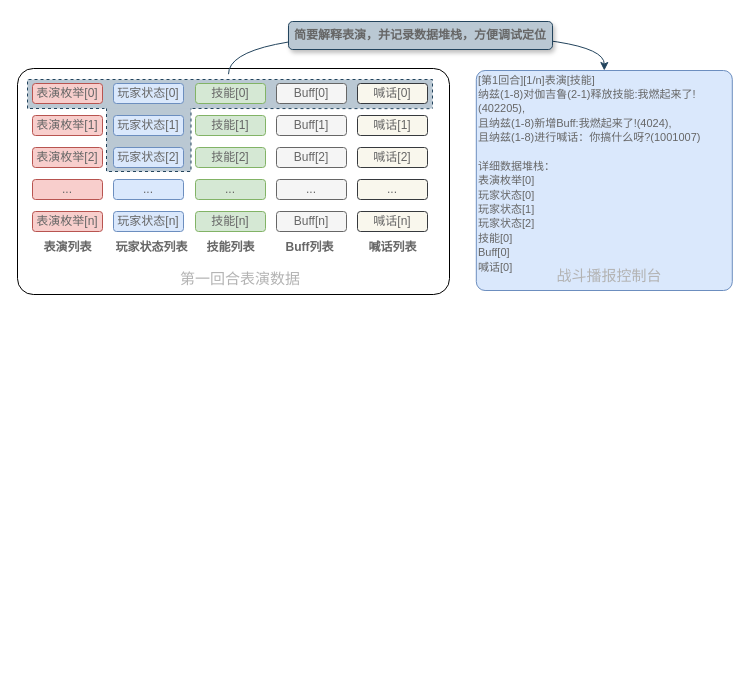
leoin2012/draw.io.files keeps this draw.io diagram as ppt战斗文字播报器介绍.drawio. Above is the earlier version. Source tidied: cells renumbered, new cells numbered last; positions are measured from the earlier drawing's top-left corner, leaving out a move shared by most shapes. Both pictures are drawn from the tidied source at 100%, with x=0, y=0 at pixel (17, 21).
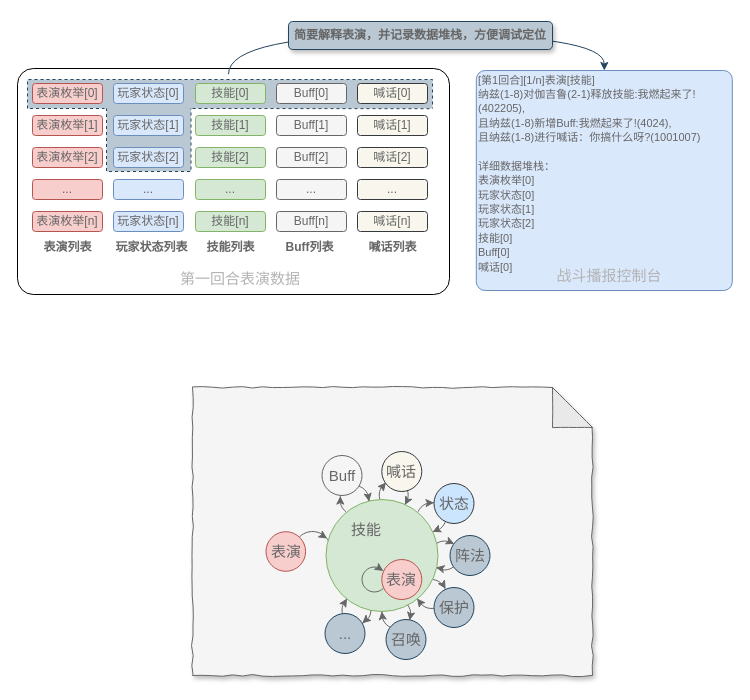
After the change.

Commit message:
更新ppt战斗文字播报器介绍.drawio

What changed in the source:
```diff
@@
+    <mxCell id="42" style="shape=note;whiteSpace=wrap;html=1;backgroundOutline=1;darkOpacity=0.05;shadow=1;comic=1;labelBackgroundColor=none;strokeColor=#666666;fillColor=#f5f5f5;fontSize=15;fontColor=#333333;align=center;size=40;" parent="1" vertex="1">
+      <mxGeometry x="175" y="366" width="400" height="288" as="geometry" />
+    </mxCell>
+    <mxCell id="43" style="group;" parent="1" vertex="1">
+      <mxGeometry x="248.5" y="430" width="224" height="208" as="geometry" />
+    </mxCell>
+    <mxCell id="44" style="endArrow=classic;html=1;strokeColor=#666666;fontSize=15;fontColor=#F8CECC;" parent="43" edge="1">
+      <mxGeometry relative="1" as="geometry">
+        <mxPoint x="55.1" y="83" as="sourcePoint" />
+        <mxPoint x="61.1" y="87" as="targetPoint" />
+      </mxGeometry>
+    </mxCell>
+    <mxCell id="45" style="verticalLabelPosition=bottom;verticalAlign=top;html=1;shape=mxgraph.basic.arc;startAngle=0.8050624015843478;endAngle=0.1784185343768369;shadow=0;comic=1;labelBackgroundColor=none;strokeColor=#666666;fillColor=none;fontSize=15;fontColor=#F8CECC;align=center;" parent="43" vertex="1">
+      <mxGeometry x="28" y="80" width="37" height="37" as="geometry" />
+    </mxCell>
+    <mxCell id="46" value="&lt;font color=&quot;#666666&quot;&gt;表演&lt;/font&gt;" style="ellipse;whiteSpace=wrap;html=1;shadow=0;comic=1;labelBackgroundColor=none;strokeColor=#b85450;fillColor=#f8cecc;fontSize=15;align=center;" parent="43" vertex="1">
+      <mxGeometry y="80.2" width="39.6" height="39.6" as="geometry" />
+    </mxCell>
+    <mxCell id="47" style="ellipse;whiteSpace=wrap;html=1;shadow=0;comic=1;labelBackgroundColor=none;strokeColor=#82b366;fillColor=#d5e8d4;fontSize=15;align=center;" parent="43" vertex="1">
+      <mxGeometry x="60" y="48" width="112" height="112" as="geometry" />
+    </mxCell>
+    <mxCell id="48" value="&lt;font color=&quot;#666666&quot;&gt;技能&lt;/font&gt;" style="text;html=1;strokeColor=none;fillColor=none;align=center;verticalAlign=middle;whiteSpace=wrap;rounded=0;shadow=0;comic=1;labelBackgroundColor=none;fontSize=15;fontColor=#F8CECC;" parent="43" vertex="1">
+      <mxGeometry x="80" y="68" width="40" height="20" as="geometry" />
+    </mxCell>
+    <mxCell id="49" style="verticalLabelPosition=bottom;verticalAlign=top;html=1;shape=mxgraph.basic.arc;startAngle=0.3757997668515475;endAngle=0.11883429013000585;shadow=0;comic=1;labelBackgroundColor=none;strokeColor=#666666;fillColor=none;fontSize=15;fontColor=#F8CECC;align=center;" parent="43" vertex="1">
+      <mxGeometry x="96" y="115.5" width="25" height="25" as="geometry" />
+    </mxCell>
+    <mxCell id="50" value="&lt;font color=&quot;#666666&quot;&gt;表演&lt;/font&gt;" style="ellipse;whiteSpace=wrap;html=1;shadow=0;comic=1;labelBackgroundColor=none;strokeColor=#b85450;fillColor=#f8cecc;fontSize=15;align=center;" parent="43" vertex="1">
+      <mxGeometry x="115.8" y="108" width="40" height="40" as="geometry" />
+    </mxCell>
+    <mxCell id="51" style="endArrow=classic;html=1;strokeColor=#666666;fontSize=15;fontColor=#F8CECC;endFill=1;" parent="43" edge="1">
+      <mxGeometry relative="1" as="geometry">
+        <mxPoint x="111.3" y="115.5" as="sourcePoint" />
+        <mxPoint x="117.2" y="119.5" as="targetPoint" />
+      </mxGeometry>
+    </mxCell>
+    <mxCell id="52" style="verticalLabelPosition=bottom;verticalAlign=top;html=1;shape=mxgraph.basic.arc;startAngle=0.9170111314119738;endAngle=0.5790698948407078;shadow=0;comic=1;labelBackgroundColor=none;strokeColor=#666666;fillColor=none;fontSize=15;fontColor=#F8CECC;align=center;" parent="43" vertex="1">
+      <mxGeometry x="164" y="89.5" width="29" height="29" as="geometry" />
+    </mxCell>
+    <mxCell id="53" value="&lt;font color=&quot;#666666&quot;&gt;阵法&lt;/font&gt;" style="ellipse;whiteSpace=wrap;html=1;shadow=0;comic=1;labelBackgroundColor=none;fontSize=15;align=center;fillColor=#bac8d3;strokeColor=#23445d;" parent="43" vertex="1">
+      <mxGeometry x="184" y="84" width="40" height="40" as="geometry" />
+    </mxCell>
+    <mxCell id="54" style="verticalLabelPosition=bottom;verticalAlign=top;html=1;shape=mxgraph.basic.arc;startAngle=0.02210423674143651;endAngle=0.686573182839118;shadow=0;comic=1;labelBackgroundColor=none;strokeColor=#666666;fillColor=none;fontSize=15;fontColor=#F8CECC;align=center;" parent="43" vertex="1">
+      <mxGeometry x="151" y="128" width="29" height="29" as="geometry" />
+    </mxCell>
+    <mxCell id="55" value="&lt;font color=&quot;#666666&quot;&gt;保护&lt;/font&gt;" style="ellipse;whiteSpace=wrap;html=1;shadow=0;comic=1;labelBackgroundColor=none;strokeColor=#23445d;fillColor=#bac8d3;fontSize=15;align=center;" parent="43" vertex="1">
+      <mxGeometry x="168" y="136" width="40" height="40" as="geometry" />
+    </mxCell>
+    <mxCell id="56" style="verticalLabelPosition=bottom;verticalAlign=top;html=1;shape=mxgraph.basic.arc;startAngle=0.1498071947233861;endAngle=0.7736965711387448;shadow=0;comic=1;labelBackgroundColor=none;strokeColor=#666666;fillColor=none;fontSize=15;fontColor=#F8CECC;align=center;" parent="43" vertex="1">
+      <mxGeometry x="115.8" y="148" width="29" height="29" as="geometry" />
+    </mxCell>
+    <mxCell id="57" value="&lt;font color=&quot;#666666&quot;&gt;召唤&lt;/font&gt;" style="ellipse;whiteSpace=wrap;html=1;shadow=0;comic=1;labelBackgroundColor=none;strokeColor=#23445d;fillColor=#bac8d3;fontSize=15;align=center;" parent="43" vertex="1">
+      <mxGeometry x="120" y="168" width="40" height="40" as="geometry" />
+    </mxCell>
+    <mxCell id="58" style="verticalLabelPosition=bottom;verticalAlign=top;html=1;shape=mxgraph.basic.arc;startAngle=0.25953786211791813;endAngle=0.879150926642407;shadow=0;comic=1;labelBackgroundColor=none;strokeColor=#666666;fillColor=none;fontSize=15;fontColor=#F8CECC;align=center;" parent="43" vertex="1">
+      <mxGeometry x="76" y="144" width="29" height="29" as="geometry" />
+    </mxCell>
+    <mxCell id="59" value="&lt;font color=&quot;#666666&quot;&gt;...&lt;/font&gt;" style="ellipse;whiteSpace=wrap;html=1;shadow=0;comic=1;labelBackgroundColor=none;strokeColor=#23445d;fillColor=#bac8d3;fontSize=15;align=center;" parent="43" vertex="1">
+      <mxGeometry x="59" y="162" width="40" height="40" as="geometry" />
+    </mxCell>
+    <mxCell id="60" style="verticalLabelPosition=bottom;verticalAlign=top;html=1;shape=mxgraph.basic.arc;startAngle=0.815970818035741;endAngle=0.4763034288612552;shadow=0;comic=1;labelBackgroundColor=none;strokeColor=#666666;fillColor=none;fontSize=15;fontColor=#F8CECC;align=center;" parent="43" vertex="1">
+      <mxGeometry x="151" y="51.2" width="29" height="29" as="geometry" />
+    </mxCell>
+    <mxCell id="61" value="&lt;font color=&quot;#666666&quot;&gt;状态&lt;/font&gt;" style="ellipse;whiteSpace=wrap;html=1;shadow=0;comic=1;labelBackgroundColor=none;strokeColor=#36393d;fillColor=#cce5ff;fontSize=15;align=center;" parent="43" vertex="1">
+      <mxGeometry x="168" y="32" width="40" height="40" as="geometry" />
+    </mxCell>
+    <mxCell id="62" style="verticalLabelPosition=bottom;verticalAlign=top;html=1;shape=mxgraph.basic.arc;startAngle=0.7083196656031661;endAngle=0.3597850868643642;shadow=0;comic=1;labelBackgroundColor=none;strokeColor=#666666;fillColor=none;fontSize=15;fontColor=#F8CECC;align=center;" parent="43" vertex="1">
+      <mxGeometry x="113.2" y="29" width="29" height="29" as="geometry" />
+    </mxCell>
+    <mxCell id="63" value="&lt;font color=&quot;#666666&quot;&gt;喊话&lt;/font&gt;" style="ellipse;whiteSpace=wrap;html=1;shadow=0;comic=1;labelBackgroundColor=none;strokeColor=#36393d;fillColor=#f9f7ed;fontSize=15;align=center;" parent="43" vertex="1">
+      <mxGeometry x="115.8" width="40" height="40" as="geometry" />
+    </mxCell>
+    <mxCell id="64" style="verticalLabelPosition=bottom;verticalAlign=top;html=1;shape=mxgraph.basic.arc;startAngle=0.6016863189239097;endAngle=0.2566276223066356;shadow=0;comic=1;labelBackgroundColor=none;strokeColor=#666666;fillColor=none;fontSize=15;fontColor=#F8CECC;align=center;" parent="43" vertex="1">
+      <mxGeometry x="74" y="34" width="29" height="29" as="geometry" />
+    </mxCell>
+    <mxCell id="65" value="&lt;font color=&quot;#666666&quot;&gt;Buff&lt;/font&gt;" style="ellipse;whiteSpace=wrap;html=1;shadow=0;comic=1;labelBackgroundColor=none;strokeColor=#666666;fillColor=#f5f5f5;fontSize=15;align=center;fontColor=#333333;" parent="43" vertex="1">
+      <mxGeometry x="56" y="4" width="40" height="40" as="geometry" />
+    </mxCell>
+    <mxCell id="66" style="endArrow=classic;html=1;strokeColor=#666666;fontSize=15;fontColor=#F8CECC;exitX=0.954;exitY=0.289;exitDx=0;exitDy=0;exitPerimeter=0;" parent="43" edge="1">
+      <mxGeometry relative="1" as="geometry">
+        <mxPoint x="101.7" y="42.4" as="sourcePoint" />
+        <mxPoint x="103" y="50" as="targetPoint" />
+      </mxGeometry>
+    </mxCell>
+    <mxCell id="67" style="endArrow=classic;html=1;strokeColor=#666666;fontSize=15;fontColor=#F8CECC;entryX=0.046;entryY=0.367;entryDx=0;entryDy=0;entryPerimeter=0;exitX=0.01;exitY=0.556;exitDx=0;exitDy=0;exitPerimeter=0;" parent="43" edge="1" source="64">
+      <mxGeometry relative="1" as="geometry">
+        <mxPoint x="74.3" y="44.6" as="targetPoint" />
+      </mxGeometry>
+    </mxCell>
+    <mxCell id="68" style="endArrow=classic;html=1;strokeColor=#666666;fontSize=15;fontColor=#F8CECC;entryX=0.046;entryY=0.367;entryDx=0;entryDy=0;entryPerimeter=0;exitX=0.024;exitY=0.279;exitDx=0;exitDy=0;exitPerimeter=0;" parent="43" edge="1">
+      <mxGeometry relative="1" as="geometry">
+        <mxPoint x="114.9" y="37.1" as="sourcePoint" />
+        <mxPoint x="120" y="31" as="targetPoint" />
+      </mxGeometry>
+    </mxCell>
+    <mxCell id="69" style="endArrow=classic;html=1;strokeColor=#666666;fontSize=15;fontColor=#F8CECC;exitX=0.989;exitY=0.613;exitDx=0;exitDy=0;exitPerimeter=0;entryX=0.887;entryY=0.806;entryDx=0;entryDy=0;entryPerimeter=0;" parent="43" edge="1">
+      <mxGeometry relative="1" as="geometry">
+        <mxPoint x="141.9" y="47.8" as="sourcePoint" />
+        <mxPoint x="139" y="53.4" as="targetPoint" />
+      </mxGeometry>
+    </mxCell>
+    <mxCell id="70" style="endArrow=classic;html=1;strokeColor=#666666;fontSize=15;fontColor=#F8CECC;entryX=0.046;entryY=0.367;entryDx=0;entryDy=0;entryPerimeter=0;exitX=0.381;exitY=0.009;exitDx=0;exitDy=0;exitPerimeter=0;" parent="43" edge="1" source="60">
+      <mxGeometry relative="1" as="geometry">
+        <mxPoint x="168" y="51.2" as="targetPoint" />
+      </mxGeometry>
+    </mxCell>
+    <mxCell id="71" style="endArrow=classic;html=1;strokeColor=#666666;fontSize=15;fontColor=#F8CECC;exitX=0.721;exitY=0.943;exitDx=0;exitDy=0;exitPerimeter=0;entryX=0.57;entryY=1.007;entryDx=0;entryDy=0;entryPerimeter=0;" parent="43" edge="1">
+      <mxGeometry relative="1" as="geometry">
+        <mxPoint x="172.9" y="77.5" as="sourcePoint" />
+        <mxPoint x="166.5" y="80.4" as="targetPoint" />
+      </mxGeometry>
+    </mxCell>
+    <mxCell id="72" style="endArrow=classic;html=1;strokeColor=#666666;fontSize=15;fontColor=#F8CECC;entryX=0.083;entryY=0.209;entryDx=0;entryDy=0;entryPerimeter=0;exitX=0.741;exitY=0.073;exitDx=0;exitDy=0;exitPerimeter=0;endFill=1;" parent="43" edge="1">
+      <mxGeometry relative="1" as="geometry">
+        <mxPoint x="186.5" y="91.6" as="sourcePoint" />
+        <mxPoint x="188.3" y="92.4" as="targetPoint" />
+      </mxGeometry>
+    </mxCell>
+    <mxCell id="73" style="endArrow=classic;html=1;strokeColor=#666666;fontSize=15;fontColor=#F8CECC;exitX=0.455;exitY=0.963;exitDx=0;exitDy=0;exitPerimeter=0;entryX=0.57;entryY=1.007;entryDx=0;entryDy=0;entryPerimeter=0;" parent="43" edge="1" source="52">
+      <mxGeometry relative="1" as="geometry">
+        <mxPoint x="170" y="116" as="targetPoint" />
+      </mxGeometry>
+    </mxCell>
+    <mxCell id="74" style="endArrow=classic;html=1;strokeColor=#666666;fontSize=15;fontColor=#F8CECC;entryX=0.988;entryY=0.323;entryDx=0;entryDy=0;entryPerimeter=0;exitX=0.891;exitY=0.161;exitDx=0;exitDy=0;exitPerimeter=0;" parent="43" edge="1" source="54" target="54">
+      <mxGeometry relative="1" as="geometry" />
+    </mxCell>
+    <mxCell id="75" style="endArrow=classic;html=1;strokeColor=#666666;fontSize=15;fontColor=#F8CECC;exitX=0.146;exitY=0.874;exitDx=0;exitDy=0;exitPerimeter=0;entryX=0.57;entryY=1.007;entryDx=0;entryDy=0;entryPerimeter=0;" parent="43" edge="1">
+      <mxGeometry relative="1" as="geometry">
+        <mxPoint x="155.2" y="152.3" as="sourcePoint" />
+        <mxPoint x="151" y="147" as="targetPoint" />
+      </mxGeometry>
+    </mxCell>
+    <mxCell id="76" style="endArrow=classic;html=1;strokeColor=#666666;fontSize=15;fontColor=#F8CECC;exitX=0.741;exitY=0.073;exitDx=0;exitDy=0;exitPerimeter=0;endFill=1;entryX=0.965;entryY=0.687;entryDx=0;entryDy=0;entryPerimeter=0;" parent="43" edge="1">
+      <mxGeometry relative="1" as="geometry">
+        <mxPoint x="144.7" y="163.1" as="sourcePoint" />
+        <mxPoint x="143.7" y="168.9" as="targetPoint" />
+      </mxGeometry>
+    </mxCell>
+    <mxCell id="77" style="endArrow=classic;html=1;strokeColor=#666666;fontSize=15;fontColor=#F8CECC;exitX=0.018;exitY=0.569;exitDx=0;exitDy=0;exitPerimeter=0;entryX=0.57;entryY=1.007;entryDx=0;entryDy=0;entryPerimeter=0;" parent="43" edge="1" source="56">
+      <mxGeometry relative="1" as="geometry">
+        <mxPoint x="115.8" y="160" as="targetPoint" />
+      </mxGeometry>
+    </mxCell>
+    <mxCell id="78" style="endArrow=classic;html=1;strokeColor=#666666;fontSize=15;fontColor=#F8CECC;exitX=0.819;exitY=0.848;exitDx=0;exitDy=0;exitPerimeter=0;endFill=1;entryX=0.932;entryY=0.243;entryDx=0;entryDy=0;entryPerimeter=0;" parent="43" edge="1">
+      <mxGeometry relative="1" as="geometry">
+        <mxPoint x="99.8" y="168.6" as="sourcePoint" />
+        <mxPoint x="96.3" y="171.7" as="targetPoint" />
+      </mxGeometry>
+    </mxCell>
+    <mxCell id="79" style="endArrow=classic;html=1;strokeColor=#666666;fontSize=15;fontColor=#F8CECC;exitX=0.05;exitY=0.285;exitDx=0;exitDy=0;exitPerimeter=0;entryX=0.57;entryY=1.007;entryDx=0;entryDy=0;entryPerimeter=0;" parent="43" edge="1">
+      <mxGeometry relative="1" as="geometry">
+        <mxPoint x="78.4" y="151.3" as="sourcePoint" />
+        <mxPoint x="81" y="147" as="targetPoint" />
+      </mxGeometry>
+    </mxCell>
```
